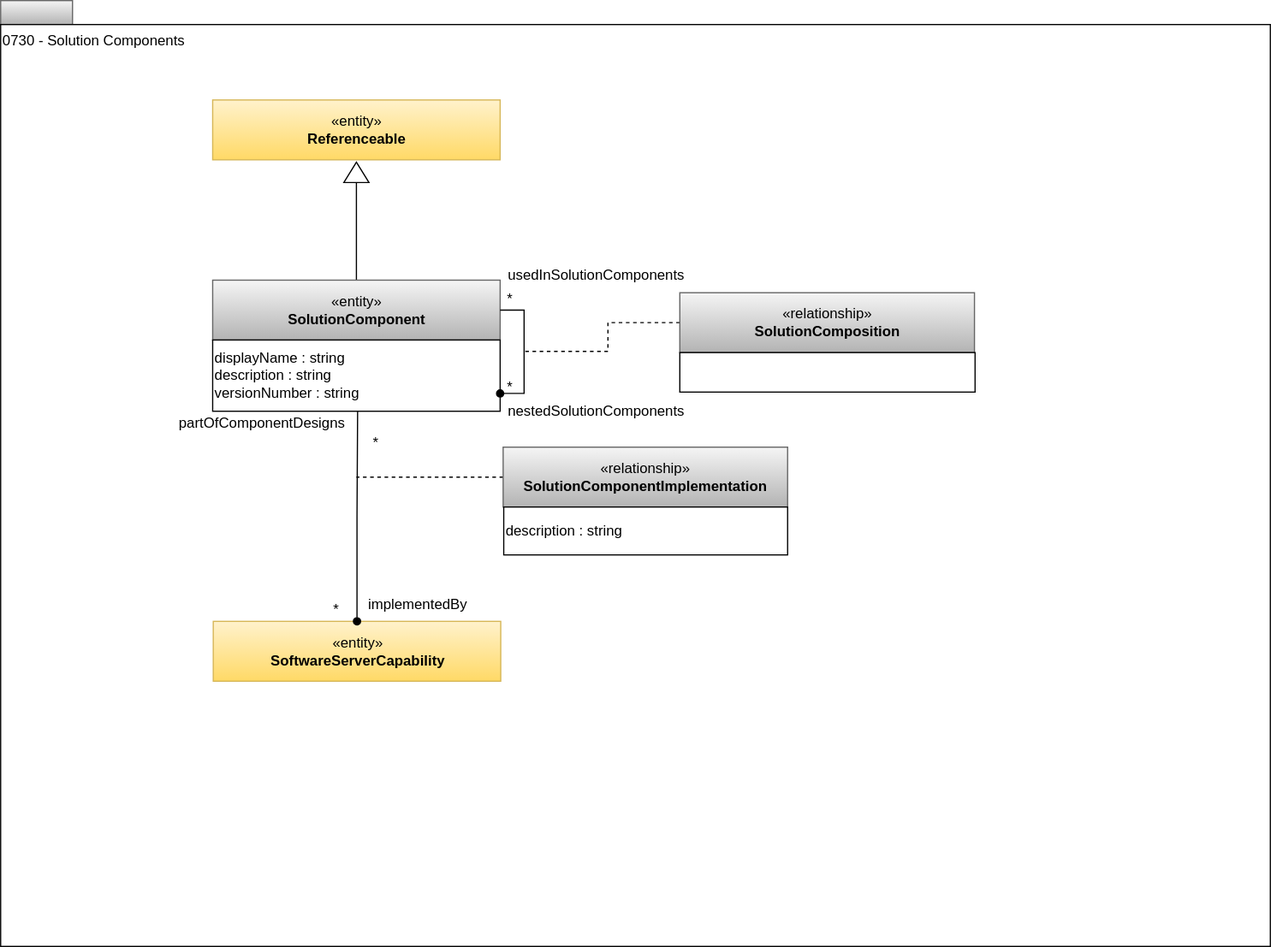
odpi/egeria-docs keeps this draw.io diagram as site/docs/types/7/0730-Solution-Components.svg. Above is the earlier version. Source tidied: cells renumbered, new cells last; positions are measured from the earlier drawing's top-left corner, leaving out a move shared by most shapes.
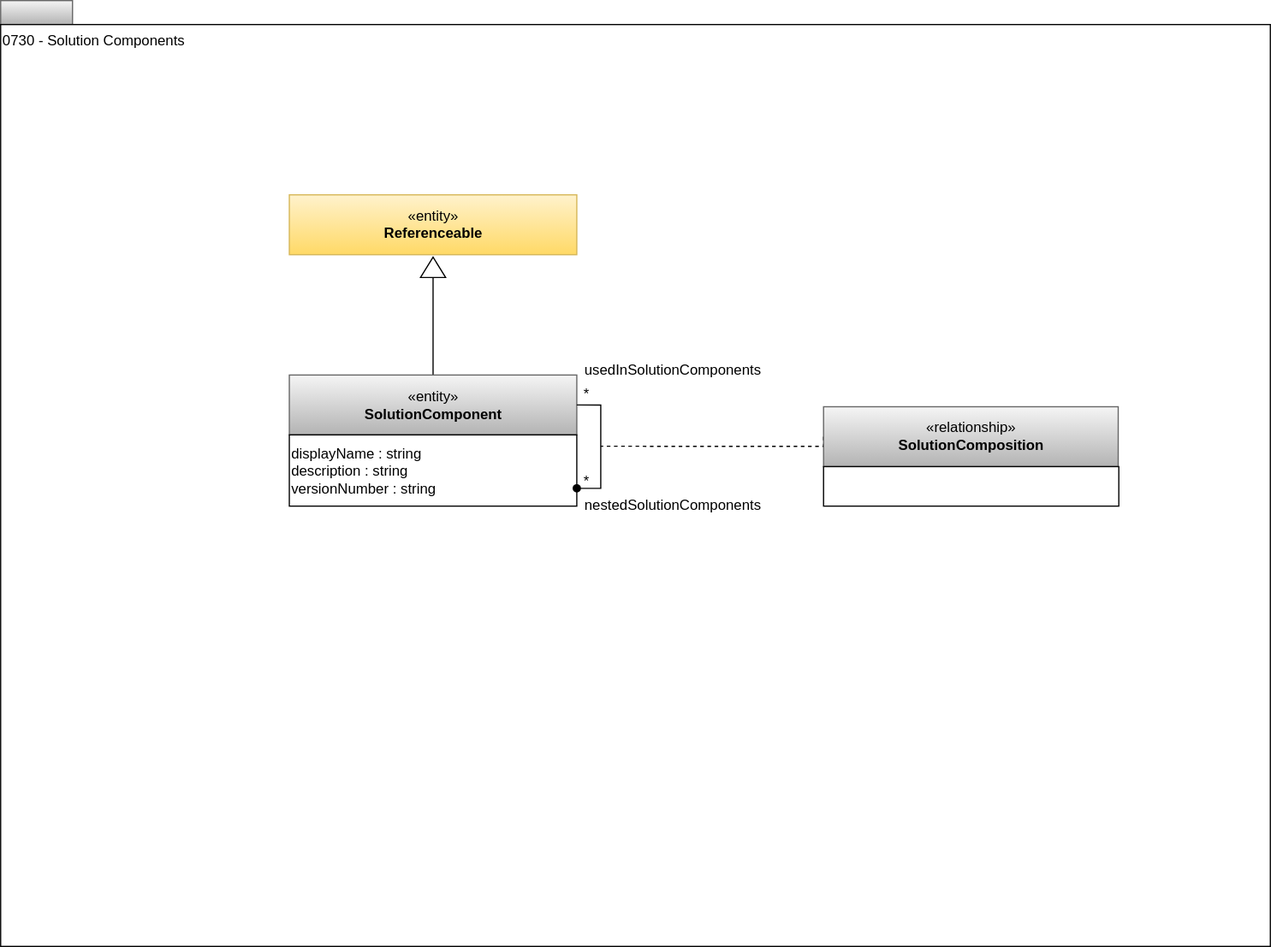
Above is the later version.

What changed in the source:
```diff
@@ -9,80 +9,48 @@
       <mxGeometry y="20" width="1060" height="770" as="geometry" />
     </mxCell>
     <mxCell id="4" value="«entity»&lt;br&gt;&lt;b&gt;Referenceable&lt;/b&gt;" style="html=1;strokeColor=#d6b656;align=center;fillColor=#fff2cc;gradientColor=#ffd966;" parent="1" vertex="1">
-      <mxGeometry x="177" y="83" width="240" height="50" as="geometry" />
+      <mxGeometry x="241" y="162.2" width="240" height="50" as="geometry" />
     </mxCell>
     <mxCell id="5" style="edgeStyle=orthogonalEdgeStyle;rounded=0;html=1;exitX=0;exitY=0.5;dashed=1;endArrow=none;endFill=0;jettySize=auto;exitDx=0;exitDy=0;" parent="1" edge="1" source="6">
       <mxGeometry relative="1" as="geometry">
-        <mxPoint x="437" y="293" as="targetPoint" />
+        <mxPoint x="501" y="372.2" as="targetPoint" />
         <Array as="points">
-          <mxPoint x="507" y="269" />
-          <mxPoint x="507" y="293" />
+          <mxPoint x="687" y="372" />
         </Array>
       </mxGeometry>
     </mxCell>
     <mxCell id="6" value="«relationship»&lt;br&gt;&lt;b&gt;SolutionComposition&lt;/b&gt;" style="html=1;strokeColor=#666666;align=center;fillColor=#f5f5f5;gradientColor=#b3b3b3;" parent="1" vertex="1">
-      <mxGeometry x="567" y="244" width="246" height="50" as="geometry" />
+      <mxGeometry x="687" y="339.2" width="246" height="50" as="geometry" />
     </mxCell>
     <mxCell id="7" style="rounded=0;whiteSpace=wrap;html=1;strokeColor=#000000;gradientColor=#ffffff;align=left;" parent="1" vertex="1">
-      <mxGeometry x="567" y="294" width="246.5" height="33" as="geometry" />
+      <mxGeometry x="687" y="389.2" width="246.5" height="33" as="geometry" />
     </mxCell>
     <mxCell id="8" style="edgeStyle=orthogonalEdgeStyle;rounded=0;html=1;exitX=0;exitY=0.5;entryX=0.5;entryY=0;jettySize=auto;endArrow=none;endFill=0;" parent="1" edge="1" source="9" target="10">
       <mxGeometry relative="1" as="geometry" />
     </mxCell>
     <mxCell id="9" style="triangle;whiteSpace=wrap;html=1;strokeColor=#000000;gradientColor=#ffffff;align=center;rotation=-90;" parent="1" vertex="1">
-      <mxGeometry x="288.5" y="133" width="17" height="21" as="geometry" />
+      <mxGeometry x="352.5" y="212.2" width="17" height="21" as="geometry" />
     </mxCell>
     <mxCell id="10" value="«entity»&lt;br&gt;&lt;b&gt;SolutionComponent&lt;/b&gt;" style="html=1;strokeColor=#666666;align=center;fillColor=#f5f5f5;gradientColor=#b3b3b3;" parent="1" vertex="1">
-      <mxGeometry x="177" y="233.5" width="240" height="50" as="geometry" />
+      <mxGeometry x="241" y="312.8" width="240" height="50" as="geometry" />
     </mxCell>
     <mxCell id="11" value="displayName : string&lt;br&gt;description : string&lt;br&gt;versionNumber : string&lt;br&gt;&lt;div style=&quot;text-align: left&quot;&gt;&lt;/div&gt;" style="rounded=0;whiteSpace=wrap;html=1;strokeColor=#000000;gradientColor=#ffffff;align=left;" parent="1" vertex="1">
-      <mxGeometry x="177" y="283.5" width="240" height="59.5" as="geometry" />
+      <mxGeometry x="241" y="362.8" width="240" height="59.5" as="geometry" />
     </mxCell>
     <mxCell id="12" value="usedInSolutionComponents" style="text;html=1;align=center;verticalAlign=top;spacingTop=-4;" parent="1" vertex="1">
-      <mxGeometry x="417" y="219.5" width="160" height="20" as="geometry" />
+      <mxGeometry x="481" y="298.8" width="160" height="20" as="geometry" />
     </mxCell>
     <mxCell id="13" value="*" style="text;html=1;align=center;verticalAlign=top;spacingTop=-4;" parent="1" vertex="1">
-      <mxGeometry x="417" y="239.5" width="15" height="14" as="geometry" />
+      <mxGeometry x="481" y="318.8" width="15" height="14" as="geometry" />
     </mxCell>
     <mxCell id="14" value="*" style="text;html=1;align=center;verticalAlign=top;spacingTop=-4;" parent="1" vertex="1">
-      <mxGeometry x="417" y="313" width="15" height="14" as="geometry" />
+      <mxGeometry x="481" y="392.2" width="15" height="14" as="geometry" />
     </mxCell>
     <mxCell id="15" value="nestedSolutionComponents" style="text;html=1;align=center;verticalAlign=top;spacingTop=-4;" parent="1" vertex="1">
-      <mxGeometry x="417" y="333" width="160" height="20" as="geometry" />
+      <mxGeometry x="481" y="412.2" width="160" height="20" as="geometry" />
     </mxCell>
-    <mxCell id="16" value="«entity»&lt;br&gt;&lt;b&gt;SoftwareServerCapability&lt;/b&gt;" style="html=1;strokeColor=#d6b656;align=center;fillColor=#fff2cc;gradientColor=#ffd966;" parent="1" vertex="1">
-      <mxGeometry x="177.5" y="518.5" width="240" height="50" as="geometry" />
+    <mxCell id="16" style="edgeStyle=orthogonalEdgeStyle;rounded=0;html=1;exitX=1;exitY=0.75;entryX=1;entryY=0.5;endArrow=none;endFill=0;jettySize=auto;entryDx=0;entryDy=0;exitDx=0;exitDy=0;startArrow=oval;startFill=1;" parent="1" edge="1" source="11" target="10">
+      <mxGeometry relative="1" as="geometry" />
     </mxCell>
-    <mxCell id="17" style="edgeStyle=orthogonalEdgeStyle;rounded=0;html=1;exitX=0.5;exitY=0;endArrow=none;endFill=0;jettySize=auto;entryX=0.5;entryY=1;entryDx=0;entryDy=0;exitDx=0;exitDy=0;startArrow=oval;startFill=1;" parent="1" edge="1" source="16">
-      <mxGeometry relative="1" as="geometry">
-        <mxPoint x="298" y="343" as="targetPoint" />
-      </mxGeometry>
-    </mxCell>
-    <mxCell id="18" style="edgeStyle=orthogonalEdgeStyle;rounded=0;html=1;exitX=0;exitY=0.5;endArrow=none;endFill=0;jettySize=auto;dashed=1;" parent="1" edge="1" source="19">
-      <mxGeometry relative="1" as="geometry">
-        <mxPoint x="297" y="398" as="targetPoint" />
-      </mxGeometry>
-    </mxCell>
-    <mxCell id="19" value="«relationship»&lt;br&gt;&lt;b&gt;SolutionComponentImplementation&lt;/b&gt;" style="html=1;strokeColor=#666666;align=center;fillColor=#f5f5f5;gradientColor=#b3b3b3;" parent="1" vertex="1">
-      <mxGeometry x="419.5" y="373" width="237.5" height="50" as="geometry" />
-    </mxCell>
-    <mxCell id="20" value="description : string" style="rounded=0;whiteSpace=wrap;html=1;strokeColor=#000000;gradientColor=#ffffff;align=left;" parent="1" vertex="1">
-      <mxGeometry x="420" y="423" width="237" height="40" as="geometry" />
-    </mxCell>
-    <mxCell id="21" value="*" style="text;html=1;align=center;verticalAlign=top;spacingTop=-4;" parent="1" vertex="1">
-      <mxGeometry x="305" y="360" width="15" height="14" as="geometry" />
-    </mxCell>
-    <mxCell id="22" value="*" style="text;html=1;align=center;verticalAlign=top;spacingTop=-4;" parent="1" vertex="1">
-      <mxGeometry x="272" y="498.5" width="15" height="14" as="geometry" />
-    </mxCell>
-    <mxCell id="23" value="partOfComponentDesigns" style="text;html=1;align=center;verticalAlign=top;spacingTop=-4;" parent="1" vertex="1">
-      <mxGeometry x="143" y="343" width="150" height="20" as="geometry" />
-    </mxCell>
-    <mxCell id="24" value="implementedBy" style="text;html=1;align=center;verticalAlign=top;spacingTop=-4;" parent="1" vertex="1">
-      <mxGeometry x="298" y="495" width="100" height="20" as="geometry" />
-    </mxCell>
-    <mxCell id="25" style="edgeStyle=orthogonalEdgeStyle;rounded=0;html=1;exitX=1;exitY=0.75;entryX=1;entryY=0.5;endArrow=none;endFill=0;jettySize=auto;entryDx=0;entryDy=0;exitDx=0;exitDy=0;startArrow=oval;startFill=1;" parent="1" edge="1" source="11" target="10">
-      <mxGeometry relative="1" as="geometry" />
-    </mxCell>
   </root>
 </mxGraphModel>
```
